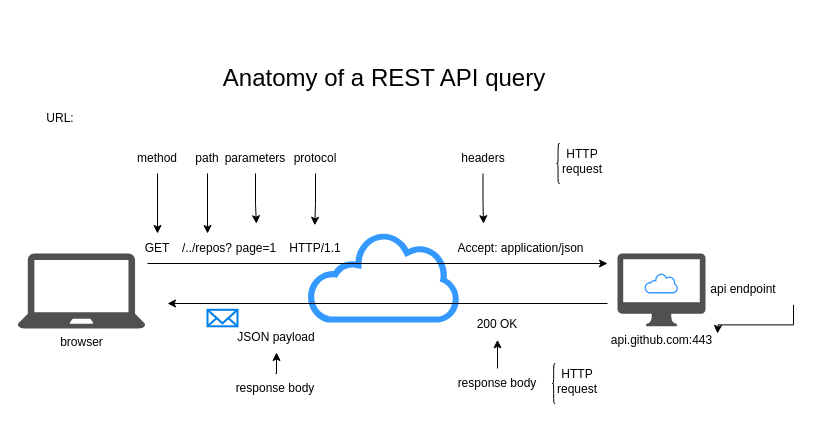
Earlier version of the draw.io diagram Rest API.drawio (Seagram789/Diagrams). Source tidied: cells renumbered, new cells numbered last; positions are measured from the earlier drawing's top-left corner, leaving out a move shared by most shapes. Both pictures are drawn from the tidied source at 100%, with x=0, y=0 at pixel (17, 63).
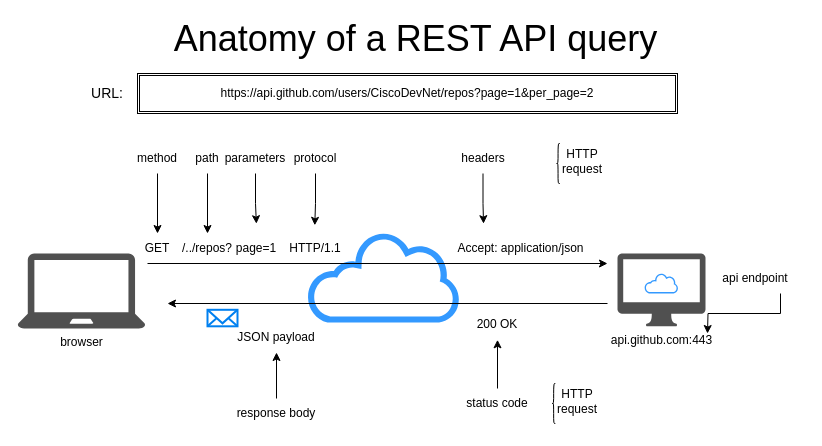
The same diagram, later.

The edit, as a diff of the source:
```diff
@@
-    <mxCell id="10" value="&lt;font style=&quot;font-size: 24px;&quot;&gt;Anatomy of a REST API query&lt;/font&gt;" style="text;strokeColor=none;align=center;fillColor=none;html=1;verticalAlign=middle;whiteSpace=wrap;rounded=0;" parent="1" vertex="1">
-      <mxGeometry x="136.9" width="460" height="30" as="geometry" />
+    <mxCell id="10" value="&lt;font style=&quot;font-size: 36px;&quot;&gt;Anatomy of a REST API query&lt;/font&gt;" style="text;strokeColor=none;align=center;fillColor=none;html=1;verticalAlign=middle;whiteSpace=wrap;rounded=0;" parent="1" vertex="1">
+      <mxGeometry x="136.9" y="-40" width="523.1" height="30" as="geometry" />
     </mxCell>
@@
-    <mxCell id="20" style="shape=curlyBracket;whiteSpace=wrap;html=1;rounded=1;labelPosition=left;verticalLabelPosition=middle;align=right;verticalAlign=middle;" parent="1" vertex="1">
-      <mxGeometry x="534.5" y="300" width="3.3" height="40" as="geometry" />
-    </mxCell>
-    <mxCell id="21" value="HTTP&lt;br&gt;request" style="text;strokeColor=none;align=center;fillColor=none;html=1;verticalAlign=middle;whiteSpace=wrap;rounded=0;" parent="1" vertex="1">
-      <mxGeometry x="530" y="303" width="60" height="30" as="geometry" />
-    </mxCell>
@@
-    <mxCell id="25" style="group;" parent="1" vertex="1">
-      <mxGeometry x="13" y="40" width="577" height="30" as="geometry" />
-    </mxCell>
-    <mxCell id="26" value="URL:" style="text;strokeColor=none;align=center;fillColor=none;html=1;verticalAlign=middle;whiteSpace=wrap;rounded=0;" parent="25" vertex="1">
-      <mxGeometry width="60" height="30" as="geometry" />
-    </mxCell>
@@
     <mxCell id="34" value="response body" style="text;strokeColor=none;align=center;fillColor=none;html=1;verticalAlign=middle;whiteSpace=wrap;rounded=0;" parent="1" vertex="1">
-      <mxGeometry x="208" y="310" width="100" height="30" as="geometry" />
+      <mxGeometry x="209" y="335" width="100" height="30" as="geometry" />
     </mxCell>
@@
+    <mxCell id="37" value="200 OK" style="text;strokeColor=none;align=center;fillColor=none;html=1;verticalAlign=middle;whiteSpace=wrap;rounded=0;" parent="1" vertex="1">
+      <mxGeometry x="430" y="246.3" width="100" height="30" as="geometry" />
+    </mxCell>
+    <mxCell id="40" style="edgeStyle=orthogonalEdgeStyle;rounded=0;jettySize=auto;html=1;exitX=0.75;exitY=1;exitDx=0;exitDy=0;" parent="1" edge="1" source="39">
+      <mxGeometry relative="1" as="geometry">
+        <mxPoint x="690" y="270" as="targetPoint" />
+      </mxGeometry>
+    </mxCell>
+    <mxCell id="39" value="api endpoint" style="text;strokeColor=none;align=center;fillColor=none;html=1;verticalAlign=middle;whiteSpace=wrap;rounded=0;" parent="1" vertex="1">
+      <mxGeometry x="688" y="200" width="100" height="30" as="geometry" />
+    </mxCell>
+    <mxCell id="41" style="group;" parent="1" vertex="1">
+      <mxGeometry x="60" y="10" width="600" height="40" as="geometry" />
+    </mxCell>
+    <mxCell id="42" value="https://api.github.com/users/CiscoDevNet/repos?page=1&amp;amp;per_page=2" style="shape=ext;double=1;rounded=0;whiteSpace=wrap;html=1;" parent="41" vertex="1">
+      <mxGeometry x="60" width="540" height="40" as="geometry" />
+    </mxCell>
+    <mxCell id="26" value="&lt;font style=&quot;font-size: 14px;&quot;&gt;URL:&lt;/font&gt;" style="text;strokeColor=none;align=center;fillColor=none;html=1;verticalAlign=middle;whiteSpace=wrap;rounded=0;" parent="41" vertex="1">
+      <mxGeometry y="5" width="60" height="30" as="geometry" />
+    </mxCell>
+    <mxCell id="43" style="group;" parent="1" vertex="1">
+      <mxGeometry x="430" y="320" width="160" height="40" as="geometry" />
+    </mxCell>
+    <mxCell id="20" style="shape=curlyBracket;whiteSpace=wrap;html=1;rounded=1;labelPosition=left;verticalLabelPosition=middle;align=right;verticalAlign=middle;" parent="43" vertex="1">
+      <mxGeometry x="104.5" width="3.3" height="40" as="geometry" />
+    </mxCell>
+    <mxCell id="21" value="HTTP&lt;br&gt;request" style="text;strokeColor=none;align=center;fillColor=none;html=1;verticalAlign=middle;whiteSpace=wrap;rounded=0;" parent="43" vertex="1">
+      <mxGeometry x="100" y="3" width="60" height="30" as="geometry" />
+    </mxCell>
-    <mxCell id="36" value="response body" style="text;strokeColor=none;align=center;fillColor=none;html=1;verticalAlign=middle;whiteSpace=wrap;rounded=0;" parent="1" vertex="1">
-      <mxGeometry x="430" y="305" width="100" height="30" as="geometry" />
+    <mxCell id="36" value="status code" style="text;strokeColor=none;align=center;fillColor=none;html=1;verticalAlign=middle;whiteSpace=wrap;rounded=0;" parent="43" vertex="1">
+      <mxGeometry y="5" width="100" height="30" as="geometry" />
     </mxCell>
-    <mxCell id="37" value="200 OK" style="text;strokeColor=none;align=center;fillColor=none;html=1;verticalAlign=middle;whiteSpace=wrap;rounded=0;" parent="1" vertex="1">
-      <mxGeometry x="430" y="246.3" width="100" height="30" as="geometry" />
-    </mxCell>
-    <mxCell id="38" style="edgeStyle=orthogonalEdgeStyle;rounded=0;jettySize=auto;html=1;exitX=1;exitY=1;exitDx=0;exitDy=0;" parent="1" edge="1" source="39">
-      <mxGeometry relative="1" as="geometry">
-        <mxPoint x="700" y="270" as="targetPoint" />
-      </mxGeometry>
-    </mxCell>
-    <mxCell id="39" value="api endpoint" style="text;strokeColor=none;align=center;fillColor=none;html=1;verticalAlign=middle;whiteSpace=wrap;rounded=0;" parent="1" vertex="1">
-      <mxGeometry x="676" y="211.4" width="100" height="30" as="geometry" />
-    </mxCell>
```
